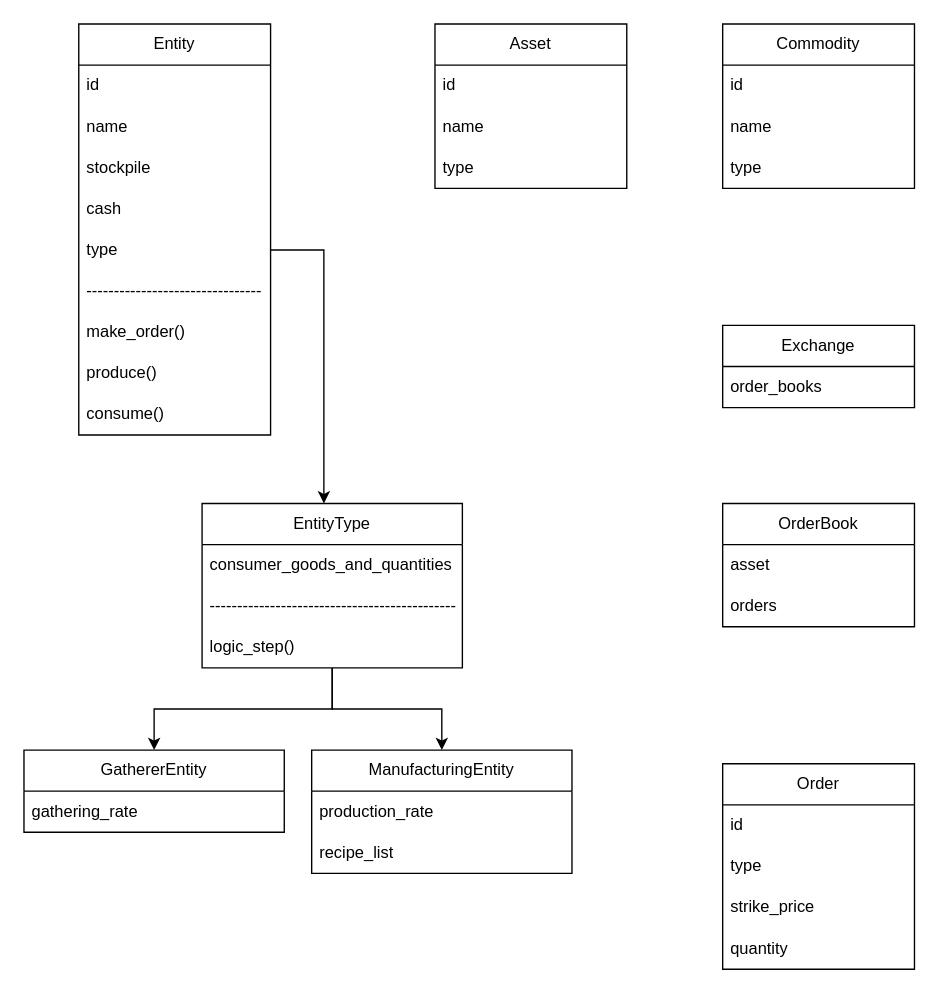
This is diagram.drawio from cypox/ecosim, a draw.io file, before an edit. Source tidied: cells renumbered, new cells numbered last; positions are measured from the earlier drawing's top-left corner, leaving out a move shared by most shapes. Both pictures are drawn from the tidied source at 137%, with x=0, y=0 at pixel (23, 23).
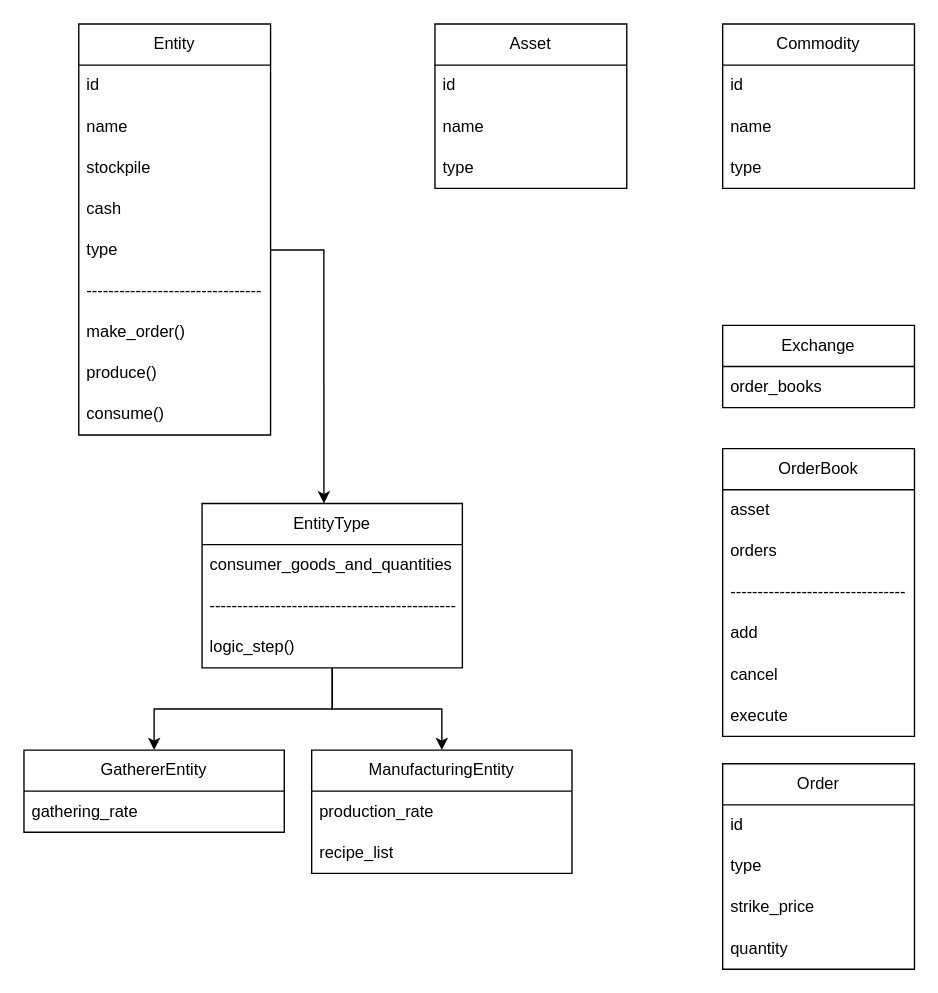
The same page after the edit.

The edit, as a diff of the source:
```diff
@@
     <mxCell id="18" value="OrderBook" style="swimlane;fontStyle=0;horizontal=1;startSize=30;whiteSpace=wrap;html=1;" parent="1" vertex="1">
-      <mxGeometry x="510" y="350" width="140" height="90" as="geometry" />
+      <mxGeometry x="510" y="310" width="140" height="210" as="geometry" />
     </mxCell>
@@
+    <mxCell id="42" value="--------------------------------" style="text;strokeColor=none;fillColor=none;align=left;verticalAlign=middle;spacingLeft=4;spacingRight=4;overflow=hidden;whiteSpace=wrap;html=1;" parent="18" vertex="1">
+      <mxGeometry y="90" width="140" height="30" as="geometry" />
+    </mxCell>
+    <mxCell id="43" value="add" style="text;strokeColor=none;fillColor=none;align=left;verticalAlign=middle;spacingLeft=4;spacingRight=4;overflow=hidden;whiteSpace=wrap;html=1;" parent="18" vertex="1">
+      <mxGeometry y="120" width="140" height="30" as="geometry" />
+    </mxCell>
+    <mxCell id="44" value="cancel" style="text;strokeColor=none;fillColor=none;align=left;verticalAlign=middle;spacingLeft=4;spacingRight=4;overflow=hidden;whiteSpace=wrap;html=1;" parent="18" vertex="1">
+      <mxGeometry y="150" width="140" height="30" as="geometry" />
+    </mxCell>
+    <mxCell id="45" value="execute" style="text;strokeColor=none;fillColor=none;align=left;verticalAlign=middle;spacingLeft=4;spacingRight=4;overflow=hidden;whiteSpace=wrap;html=1;" parent="18" vertex="1">
+      <mxGeometry y="180" width="140" height="30" as="geometry" />
+    </mxCell>
```
